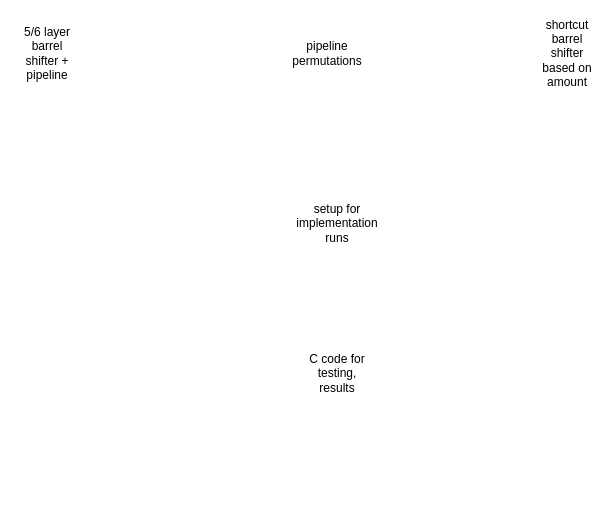
Before: page "Page-15" (15 of 15) of crypto-chip/diffusion layer.drawio in Reconfigurable-Computing-CalPoly-Pomona/RECO_LWC_IP, a draw.io diagram. Source tidied: cells renumbered, new cells numbered last; positions are measured from the earlier drawing's top-left corner, leaving out a move shared by most shapes. Both pictures are drawn from the tidied source at 100%, with x=0, y=0 at pixel (17, 38).
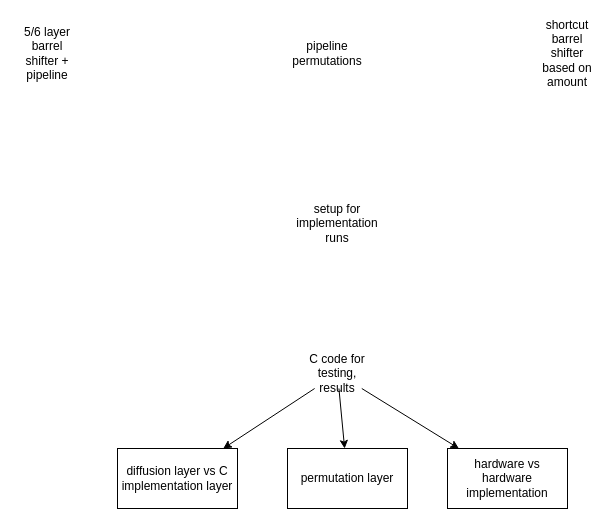
After the change.

Commit message:
adds more ideas for C testing

What changed in the source:
```diff
@@
 <mxGraphModel>
   <root>
     <mxCell id="0" />
     <mxCell id="1" parent="0" />
     <mxCell id="2" value="5/6 layer barrel shifter + pipeline" style="text;html=1;strokeColor=none;fillColor=none;align=center;verticalAlign=middle;whiteSpace=wrap;rounded=0;" parent="1" vertex="1">
       <mxGeometry width="60" height="30" as="geometry" />
     </mxCell>
     <mxCell id="3" value="pipeline permutations" style="text;html=1;strokeColor=none;fillColor=none;align=center;verticalAlign=middle;whiteSpace=wrap;rounded=0;" parent="1" vertex="1">
       <mxGeometry x="280" width="60" height="30" as="geometry" />
     </mxCell>
     <mxCell id="4" value="shortcut barrel shifter based on amount" style="text;html=1;strokeColor=none;fillColor=none;align=center;verticalAlign=middle;whiteSpace=wrap;rounded=0;" parent="1" vertex="1">
       <mxGeometry x="520" width="60" height="30" as="geometry" />
     </mxCell>
+    <mxCell id="7" style="edgeStyle=none;html=1;" parent="1" edge="1" source="5" target="10">
+      <mxGeometry relative="1" as="geometry" />
+    </mxCell>
+    <mxCell id="8" style="edgeStyle=none;html=1;" parent="1" edge="1" source="5" target="11">
+      <mxGeometry relative="1" as="geometry" />
+    </mxCell>
+    <mxCell id="9" style="edgeStyle=none;html=1;" parent="1" edge="1" source="5" target="12">
+      <mxGeometry relative="1" as="geometry" />
+    </mxCell>
     <mxCell id="5" value="C code for testing, results" style="text;html=1;strokeColor=none;fillColor=none;align=center;verticalAlign=middle;whiteSpace=wrap;rounded=0;" parent="1" vertex="1">
       <mxGeometry x="290" y="320" width="60" height="30" as="geometry" />
     </mxCell>
     <mxCell id="6" value="setup for implementation runs" style="text;html=1;strokeColor=none;fillColor=none;align=center;verticalAlign=middle;whiteSpace=wrap;rounded=0;" parent="1" vertex="1">
       <mxGeometry x="290" y="170" width="60" height="30" as="geometry" />
     </mxCell>
+    <mxCell id="10" value="diffusion layer vs C implementation layer" style="rounded=0;whiteSpace=wrap;html=1;" parent="1" vertex="1">
+      <mxGeometry x="100" y="410" width="120" height="60" as="geometry" />
+    </mxCell>
+    <mxCell id="11" value="permutation layer" style="rounded=0;whiteSpace=wrap;html=1;" parent="1" vertex="1">
+      <mxGeometry x="270" y="410" width="120" height="60" as="geometry" />
+    </mxCell>
+    <mxCell id="12" value="hardware vs hardware implementation" style="rounded=0;whiteSpace=wrap;html=1;" parent="1" vertex="1">
+      <mxGeometry x="430" y="410" width="120" height="60" as="geometry" />
+    </mxCell>
   </root>
 </mxGraphModel>
```
